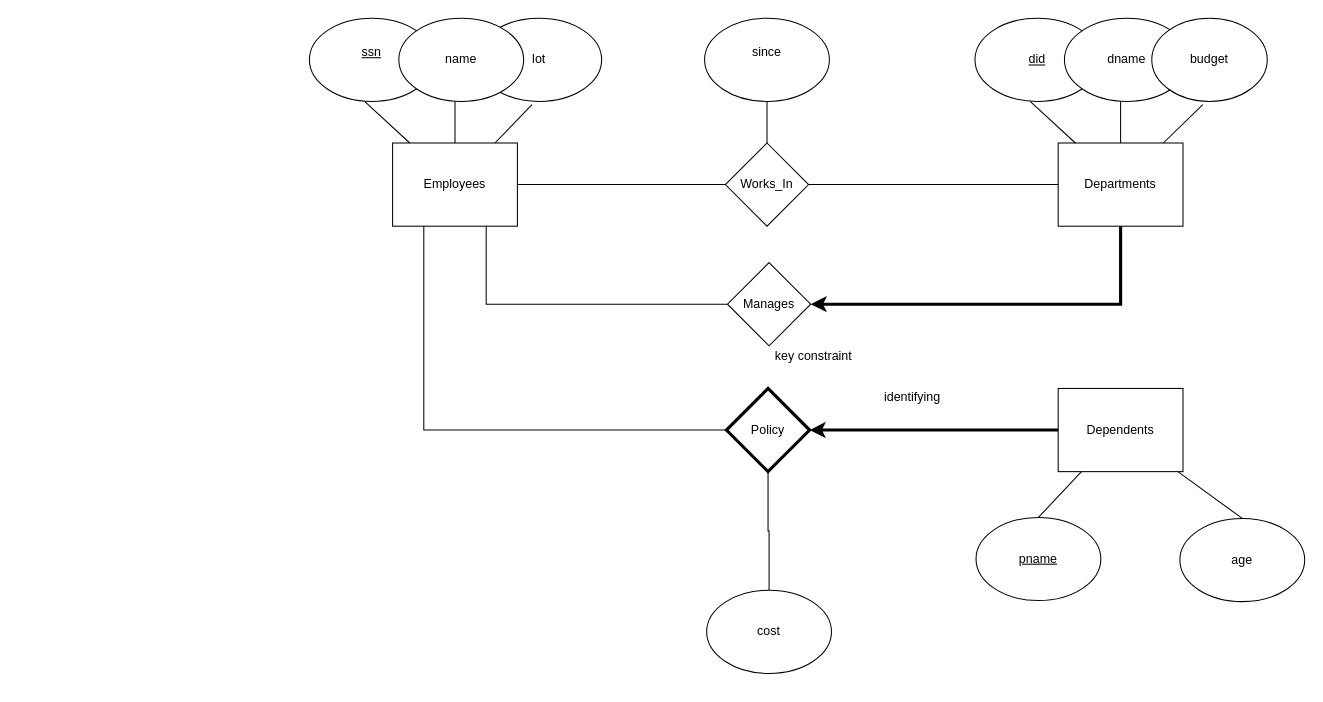
fmvemba22/SOEN363 keeps this draw.io diagram as soen363_er.drawio. Above is the earlier version. Source tidied: cells renumbered, new cells numbered last; positions are measured from the earlier drawing's top-left corner, leaving out a move shared by most shapes. Both pictures are drawn from the tidied source at 104%, with x=0, y=0 at pixel (309, 18).
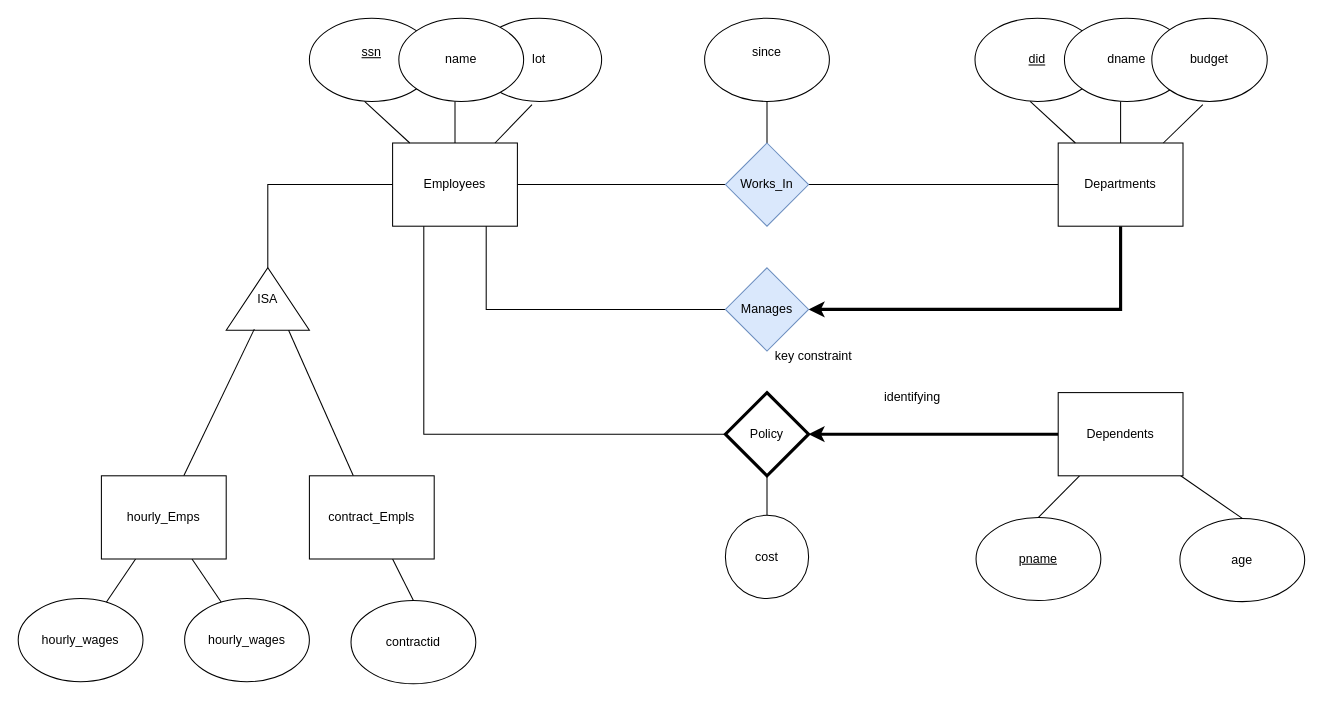
Above is the later version.

Unchanged cells that the change refers to:
```xml
<mxCell id="9" value="Employees" style="rounded=0;whiteSpace=wrap;html=1;strokeColor=default;align=center;verticalAlign=middle;fontFamily=Helvetica;fontSize=12;fontColor=default;fillColor=default;" parent="7" vertex="1">
  <mxGeometry x="80" y="120" width="120" height="80" as="geometry" />
</mxCell>
<mxCell id="16" value="Departments" style="rounded=0;whiteSpace=wrap;html=1;strokeColor=default;align=center;verticalAlign=middle;fontFamily=Helvetica;fontSize=12;fontColor=default;fillColor=default;" parent="1" vertex="1">
  <mxGeometry x="720" y="120" width="120" height="80" as="geometry" />
</mxCell>
```

Change to the diagram source:
```diff
@@
-    <mxCell id="5" value="Works_In" style="rhombus;whiteSpace=wrap;html=1;shapeInside=1;strokeColor=default;align=center;verticalAlign=middle;fontFamily=Helvetica;fontSize=12;fontColor=default;fillColor=default;" parent="1" vertex="1">
+    <mxCell id="5" value="Works_In" style="rhombus;whiteSpace=wrap;html=1;shapeInside=1;strokeColor=#6c8ebf;align=center;verticalAlign=middle;fontFamily=Helvetica;fontSize=12;fillColor=#dae8fc;" parent="1" vertex="1">
       <mxGeometry x="400" y="120" width="80" height="80" as="geometry" />
     </mxCell>
@@
     <mxCell id="15" style="edgeStyle=orthogonalEdgeStyle;rounded=0;jettySize=auto;html=1;entryX=1;entryY=0.5;entryDx=0;entryDy=0;fontFamily=Helvetica;fontSize=12;fontColor=default;strokeWidth=3;" parent="1" edge="1" source="16" target="24">
       <mxGeometry relative="1" as="geometry">
         <Array as="points">
-          <mxPoint x="780" y="275" />
+          <mxPoint x="780" y="280" />
         </Array>
       </mxGeometry>
     </mxCell>
@@
-    <mxCell id="24" value="Manages" style="rhombus;whiteSpace=wrap;html=1;shapeInside=1;strokeColor=default;align=center;verticalAlign=middle;fontFamily=Helvetica;fontSize=12;fontColor=default;fillColor=default;" parent="1" vertex="1">
-      <mxGeometry x="402" y="235" width="80" height="80" as="geometry" />
+    <mxCell id="24" value="Manages" style="rhombus;whiteSpace=wrap;html=1;shapeInside=1;strokeColor=#6c8ebf;align=center;verticalAlign=middle;fontFamily=Helvetica;fontSize=12;fillColor=#dae8fc;" parent="1" vertex="1">
+      <mxGeometry x="400" y="240" width="80" height="80" as="geometry" />
     </mxCell>
@@
     <mxCell id="27" value="Policy" style="rhombus;whiteSpace=wrap;html=1;shapeInside=1;strokeColor=default;align=center;verticalAlign=middle;fontFamily=Helvetica;fontSize=12;fontColor=default;fillColor=default;strokeWidth=3;" parent="1" vertex="1">
-      <mxGeometry x="401" y="356" width="80" height="80" as="geometry" />
+      <mxGeometry x="400" y="360" width="80" height="80" as="geometry" />
     </mxCell>
@@
     <mxCell id="31" value="Dependents" style="rounded=0;whiteSpace=wrap;html=1;strokeColor=default;align=center;verticalAlign=middle;fontFamily=Helvetica;fontSize=12;fontColor=default;fillColor=default;" parent="1" vertex="1">
-      <mxGeometry x="720" y="356" width="120" height="80" as="geometry" />
+      <mxGeometry x="720" y="360" width="120" height="80" as="geometry" />
     </mxCell>
     <mxCell id="32" value="&lt;div&gt;cost&lt;/div&gt;" style="ellipse;whiteSpace=wrap;html=1;shapeInside=1;strokeColor=default;align=center;verticalAlign=middle;fontFamily=Helvetica;fontSize=12;fontColor=default;fillColor=default;" parent="1" vertex="1">
-      <mxGeometry x="382" y="550" width="120" height="80" as="geometry" />
+      <mxGeometry x="400" y="478" width="80" height="80" as="geometry" />
     </mxCell>
@@
+    <mxCell id="37" value="ISA" style="triangle;whiteSpace=wrap;html=1;shapeInside=1;strokeColor=default;align=center;verticalAlign=middle;fontFamily=Helvetica;fontSize=12;fontColor=default;fillColor=default;direction=north;" parent="1" vertex="1">
+      <mxGeometry x="-80" y="240" width="80" height="60" as="geometry" />
+    </mxCell>
+    <mxCell id="38" style="rounded=0;jettySize=auto;html=1;entryX=0.017;entryY=0.338;entryDx=0;entryDy=0;fontFamily=Helvetica;fontSize=12;fontColor=default;endArrow=none;endFill=0;entryPerimeter=0;" parent="1" edge="1" source="41" target="37">
+      <mxGeometry relative="1" as="geometry" />
+    </mxCell>
+    <mxCell id="39" style="rounded=0;jettySize=auto;html=1;fontFamily=Helvetica;fontSize=12;fontColor=default;endArrow=none;endFill=0;" parent="1" edge="1" source="41" target="46">
+      <mxGeometry relative="1" as="geometry" />
+    </mxCell>
+    <mxCell id="40" style="rounded=0;jettySize=auto;html=1;fontFamily=Helvetica;fontSize=12;fontColor=default;endArrow=none;endFill=0;" parent="1" edge="1" source="41" target="47">
+      <mxGeometry relative="1" as="geometry" />
+    </mxCell>
+    <mxCell id="41" value="hourly_Emps" style="rounded=0;whiteSpace=wrap;html=1;strokeColor=default;align=center;verticalAlign=middle;fontFamily=Helvetica;fontSize=12;fontColor=default;fillColor=default;" parent="1" vertex="1">
+      <mxGeometry x="-200" y="440" width="120" height="80" as="geometry" />
+    </mxCell>
+    <mxCell id="42" style="rounded=0;jettySize=auto;html=1;entryX=0;entryY=0.75;entryDx=0;entryDy=0;fontFamily=Helvetica;fontSize=12;fontColor=default;endArrow=none;endFill=0;" parent="1" edge="1" source="44" target="37">
+      <mxGeometry relative="1" as="geometry" />
+    </mxCell>
+    <mxCell id="43" style="rounded=0;jettySize=auto;html=1;entryX=0.5;entryY=0;entryDx=0;entryDy=0;fontFamily=Helvetica;fontSize=12;fontColor=default;endArrow=none;endFill=0;" parent="1" edge="1" source="44" target="48">
+      <mxGeometry relative="1" as="geometry" />
+    </mxCell>
+    <mxCell id="44" value="contract_Empls" style="rounded=0;whiteSpace=wrap;html=1;strokeColor=default;align=center;verticalAlign=middle;fontFamily=Helvetica;fontSize=12;fontColor=default;fillColor=default;" parent="1" vertex="1">
+      <mxGeometry y="440" width="120" height="80" as="geometry" />
+    </mxCell>
+    <mxCell id="45" style="edgeStyle=orthogonalEdgeStyle;rounded=0;jettySize=auto;html=1;entryX=1;entryY=0.5;entryDx=0;entryDy=0;fontFamily=Helvetica;fontSize=12;fontColor=default;endArrow=none;endFill=0;" parent="1" edge="1" source="9" target="37">
+      <mxGeometry relative="1" as="geometry" />
+    </mxCell>
+    <mxCell id="46" value="hourly_wages" style="ellipse;whiteSpace=wrap;html=1;shapeInside=1;strokeColor=default;align=center;verticalAlign=middle;fontFamily=Helvetica;fontSize=12;fontColor=default;fillColor=default;" parent="1" vertex="1">
+      <mxGeometry x="-280" y="558" width="120" height="80" as="geometry" />
+    </mxCell>
+    <mxCell id="47" value="hourly_wages" style="ellipse;whiteSpace=wrap;html=1;shapeInside=1;strokeColor=default;align=center;verticalAlign=middle;fontFamily=Helvetica;fontSize=12;fontColor=default;fillColor=default;" parent="1" vertex="1">
+      <mxGeometry x="-120" y="558" width="120" height="80" as="geometry" />
+    </mxCell>
+    <mxCell id="48" value="contractid" style="ellipse;whiteSpace=wrap;html=1;shapeInside=1;strokeColor=default;align=center;verticalAlign=middle;fontFamily=Helvetica;fontSize=12;fontColor=default;fillColor=default;" parent="1" vertex="1">
+      <mxGeometry x="40" y="560" width="120" height="80" as="geometry" />
+    </mxCell>
```
